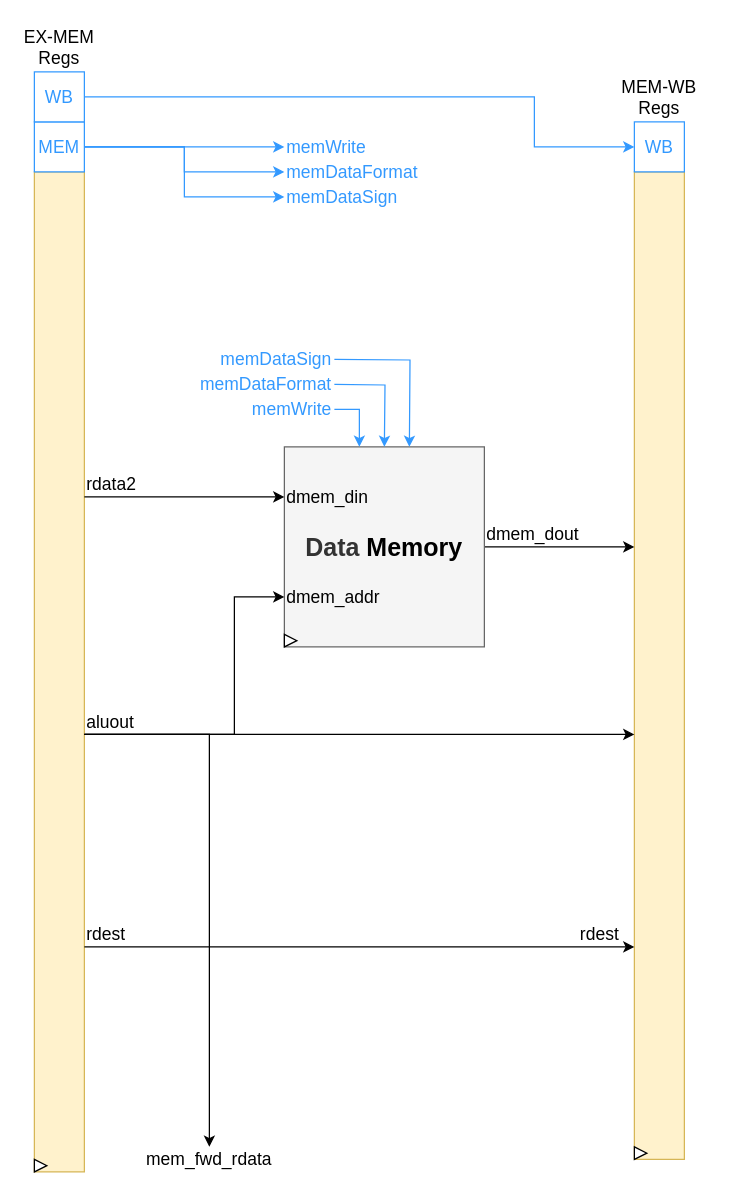
Earlier version of the draw.io diagram page "Memory Access" (8 of 16) of docs/dlx_architecture.drawio (lorenzobadas/DLX). Source tidied: cells renumbered, new cells numbered last; positions are measured from the earlier drawing's top-left corner, leaving out a move shared by most shapes. Both pictures are drawn from the tidied source at 125%, with x=0, y=0 at pixel (21, 21).
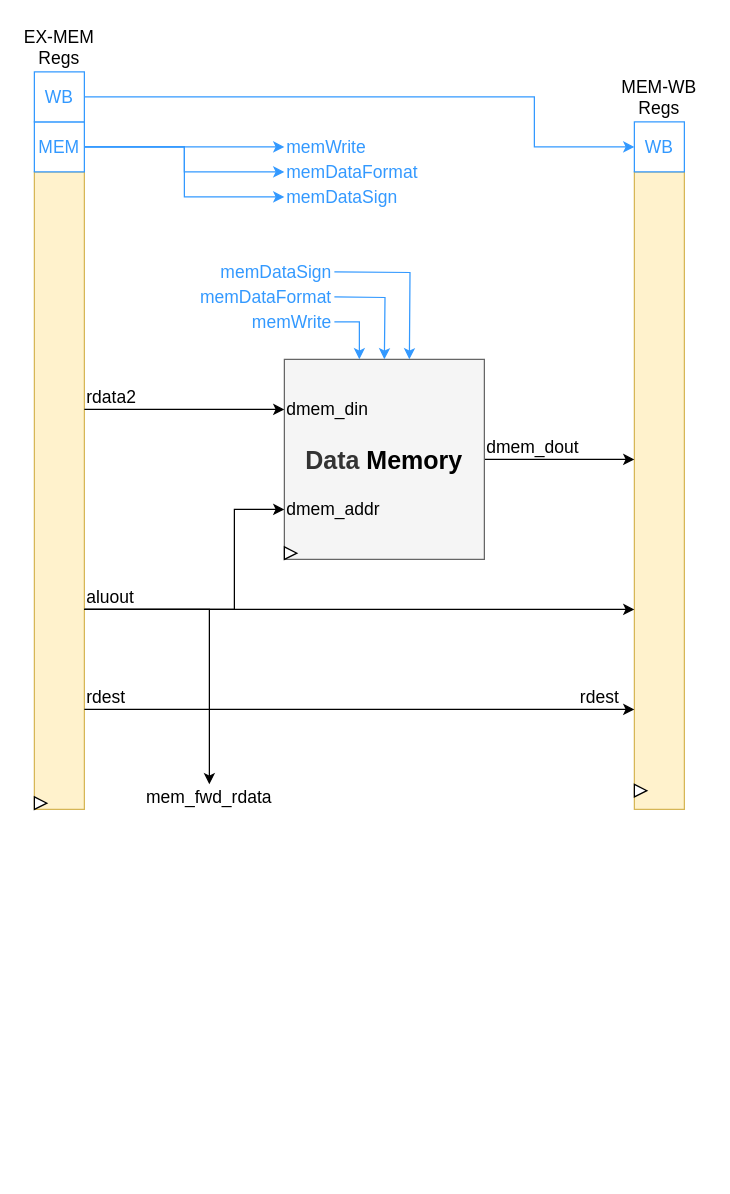
Above is the later version.

What changed in the source:
```diff
@@
     <mxCell id="2" style="rounded=0;whiteSpace=wrap;html=1;fontSize=14;fillColor=#fff2cc;strokeColor=#d6b656;" parent="1" vertex="1">
-      <mxGeometry x="10" y="120" width="40" height="800" as="geometry" />
+      <mxGeometry x="10" y="120" width="40" height="510" as="geometry" />
     </mxCell>
     <mxCell id="3" style="triangle;whiteSpace=wrap;html=1;fontSize=14;" parent="1" vertex="1">
-      <mxGeometry x="10" y="910" width="10" height="10" as="geometry" />
+      <mxGeometry x="10" y="620" width="10" height="10" as="geometry" />
     </mxCell>
@@
     <mxCell id="5" style="rounded=0;whiteSpace=wrap;html=1;fontSize=14;fillColor=#fff2cc;strokeColor=#d6b656;" parent="1" vertex="1">
-      <mxGeometry x="490" y="120" width="40" height="790" as="geometry" />
+      <mxGeometry x="490" y="120" width="40" height="510" as="geometry" />
     </mxCell>
     <mxCell id="6" style="triangle;whiteSpace=wrap;html=1;fontSize=14;" parent="1" vertex="1">
-      <mxGeometry x="490" y="900" width="10" height="10" as="geometry" />
+      <mxGeometry x="490" y="610" width="10" height="10" as="geometry" />
     </mxCell>
@@
     <mxCell id="14" style="edgeStyle=orthogonalEdgeStyle;rounded=0;jettySize=auto;html=1;exitX=1;exitY=0.5;exitDx=0;exitDy=0;fontSize=14;" parent="1" edge="1" source="15">
       <mxGeometry relative="1" as="geometry">
-        <mxPoint x="490" y="420" as="targetPoint" />
+        <mxPoint x="490" y="350" as="targetPoint" />
         <Array as="points">
-          <mxPoint x="490" y="420" />
+          <mxPoint x="490" y="350" />
         </Array>
       </mxGeometry>
     </mxCell>
     <mxCell id="15" value="&lt;b&gt;&lt;font style=&quot;font-size: 20px;&quot;&gt;Data&amp;nbsp;&lt;span style=&quot;background-color: transparent; color: light-dark(rgb(0, 0, 0), rgb(255, 255, 255));&quot;&gt;Memory&lt;/span&gt;&lt;/font&gt;&lt;/b&gt;" style="rounded=0;whiteSpace=wrap;html=1;fontSize=14;fillColor=#f5f5f5;fontColor=#333333;strokeColor=#666666;" parent="1" vertex="1">
-      <mxGeometry x="210" y="340" width="160" height="160" as="geometry" />
+      <mxGeometry x="210" y="270" width="160" height="160" as="geometry" />
     </mxCell>
     <mxCell id="16" style="triangle;whiteSpace=wrap;html=1;fontSize=14;" parent="1" vertex="1">
-      <mxGeometry x="210" y="490" width="10" height="10" as="geometry" />
+      <mxGeometry x="210" y="420" width="10" height="10" as="geometry" />
     </mxCell>
-    <mxCell id="17" style="edgeStyle=orthogonalEdgeStyle;rounded=0;orthogonalLoop=1;jettySize=auto;html=1;exitX=0;exitY=1;exitDx=0;exitDy=0;fontSize=14;" parent="1" edge="1">
+    <mxCell id="17" style="edgeStyle=orthogonalEdgeStyle;rounded=0;jettySize=auto;html=1;exitX=0;exitY=1;exitDx=0;exitDy=0;fontSize=14;" parent="1" edge="1" source="20">
       <mxGeometry relative="1" as="geometry">
-        <mxPoint x="50" y="570" as="sourcePoint" />
-        <mxPoint x="490" y="570" as="targetPoint" />
+        <mxPoint x="490" y="470" as="targetPoint" />
         <Array as="points">
-          <mxPoint x="180" y="570" />
-          <mxPoint x="180" y="570" />
+          <mxPoint x="400" y="470" />
+          <mxPoint x="400" y="470" />
         </Array>
       </mxGeometry>
     </mxCell>
-    <mxCell id="18" style="edgeStyle=orthogonalEdgeStyle;rounded=0;jettySize=auto;html=1;exitX=0;exitY=1;exitDx=0;exitDy=0;entryX=0;entryY=0.5;entryDx=0;entryDy=0;fontSize=14;" parent="1" edge="1" target="24">
+    <mxCell id="18" style="edgeStyle=orthogonalEdgeStyle;rounded=0;jettySize=auto;html=1;exitX=0;exitY=1;exitDx=0;exitDy=0;entryX=0;entryY=0.5;entryDx=0;entryDy=0;fontSize=14;" parent="1" edge="1" source="20" target="24">
       <mxGeometry relative="1" as="geometry">
-        <mxPoint x="50" y="570" as="sourcePoint" />
         <Array as="points">
-          <mxPoint x="170" y="570" />
-          <mxPoint x="170" y="460" />
+          <mxPoint x="170" y="470" />
+          <mxPoint x="170" y="390" />
         </Array>
       </mxGeometry>
     </mxCell>
     <mxCell id="19" style="edgeStyle=orthogonalEdgeStyle;rounded=0;jettySize=auto;html=1;exitX=0;exitY=1;exitDx=0;exitDy=0;entryX=0.5;entryY=0;entryDx=0;entryDy=0;fontSize=14;" parent="1" edge="1" source="20" target="36">
       <mxGeometry relative="1" as="geometry">
         <Array as="points">
-          <mxPoint x="150" y="570" />
+          <mxPoint x="150" y="470" />
         </Array>
       </mxGeometry>
     </mxCell>
     <mxCell id="20" value="aluout" style="text;html=1;align=left;verticalAlign=middle;whiteSpace=wrap;rounded=0;fontSize=14;" parent="1" vertex="1">
-      <mxGeometry x="50" y="550" width="70" height="20" as="geometry" />
+      <mxGeometry x="50" y="450" width="70" height="20" as="geometry" />
     </mxCell>
     <mxCell id="21" style="edgeStyle=orthogonalEdgeStyle;rounded=0;jettySize=auto;html=1;exitX=0;exitY=1;exitDx=0;exitDy=0;entryX=0;entryY=0.5;entryDx=0;entryDy=0;fontSize=14;" parent="1" edge="1" source="22" target="23">
       <mxGeometry relative="1" as="geometry">
         <Array as="points">
-          <mxPoint x="110" y="380" />
-          <mxPoint x="110" y="380" />
+          <mxPoint x="110" y="310" />
+          <mxPoint x="110" y="310" />
         </Array>
       </mxGeometry>
     </mxCell>
     <mxCell id="22" value="rdata2" style="text;html=1;align=left;verticalAlign=middle;whiteSpace=wrap;rounded=0;fontSize=14;" parent="1" vertex="1">
-      <mxGeometry x="50" y="360" width="70" height="20" as="geometry" />
+      <mxGeometry x="50" y="290" width="70" height="20" as="geometry" />
     </mxCell>
     <mxCell id="23" value="dmem_din" style="text;html=1;align=left;verticalAlign=middle;whiteSpace=wrap;rounded=0;fontSize=14;" parent="1" vertex="1">
-      <mxGeometry x="210" y="370" width="70" height="20" as="geometry" />
+      <mxGeometry x="210" y="300" width="70" height="20" as="geometry" />
     </mxCell>
     <mxCell id="24" value="dmem_addr" style="text;html=1;align=left;verticalAlign=middle;whiteSpace=wrap;rounded=0;fontSize=14;" parent="1" vertex="1">
-      <mxGeometry x="210" y="450" width="70" height="20" as="geometry" />
+      <mxGeometry x="210" y="380" width="70" height="20" as="geometry" />
     </mxCell>
@@
     <mxCell id="28" value="dmem_dout" style="text;html=1;align=left;verticalAlign=middle;whiteSpace=wrap;rounded=0;fontSize=14;" parent="1" vertex="1">
-      <mxGeometry x="370" y="400" width="70" height="20" as="geometry" />
+      <mxGeometry x="370" y="330" width="70" height="20" as="geometry" />
     </mxCell>
@@
     <mxCell id="30" value="&lt;font style=&quot;color: rgb(51, 153, 255);&quot;&gt;memDataFormat&lt;/font&gt;" style="text;html=1;align=right;verticalAlign=middle;whiteSpace=wrap;rounded=0;fontSize=14;strokeColor=none;rotation=0;" parent="1" vertex="1">
-      <mxGeometry x="130" y="280" width="120" height="20" as="geometry" />
+      <mxGeometry x="130" y="210" width="120" height="20" as="geometry" />
     </mxCell>
     <mxCell id="31" value="&lt;font style=&quot;color: rgb(51, 153, 255);&quot;&gt;memWrite&lt;/font&gt;" style="text;html=1;align=right;verticalAlign=middle;whiteSpace=wrap;rounded=0;fontSize=14;strokeColor=none;rotation=0;" parent="1" vertex="1">
-      <mxGeometry x="130" y="300" width="120" height="20" as="geometry" />
+      <mxGeometry x="130" y="230" width="120" height="20" as="geometry" />
     </mxCell>
     <mxCell id="32" value="&lt;font style=&quot;color: rgb(51, 153, 255);&quot;&gt;memDataSign&lt;/font&gt;" style="text;html=1;align=right;verticalAlign=middle;whiteSpace=wrap;rounded=0;fontSize=14;strokeColor=none;rotation=0;" parent="1" vertex="1">
-      <mxGeometry x="130" y="260" width="120" height="20" as="geometry" />
+      <mxGeometry x="130" y="190" width="120" height="20" as="geometry" />
     </mxCell>
     <mxCell id="33" style="edgeStyle=orthogonalEdgeStyle;rounded=0;jettySize=auto;html=1;exitX=0;exitY=1;exitDx=0;exitDy=0;fontSize=14;" parent="1" edge="1" source="34">
       <mxGeometry relative="1" as="geometry">
-        <mxPoint x="490" y="740" as="targetPoint" />
+        <mxPoint x="490" y="550" as="targetPoint" />
         <Array as="points">
-          <mxPoint x="480" y="740" />
+          <mxPoint x="480" y="550" />
         </Array>
       </mxGeometry>
     </mxCell>
     <mxCell id="34" value="rdest" style="text;html=1;align=left;verticalAlign=middle;whiteSpace=wrap;rounded=0;fontSize=14;" parent="1" vertex="1">
-      <mxGeometry x="50" y="720" width="90" height="20" as="geometry" />
+      <mxGeometry x="50" y="530" width="90" height="20" as="geometry" />
     </mxCell>
     <mxCell id="35" value="rdest" style="text;html=1;align=right;verticalAlign=middle;whiteSpace=wrap;rounded=0;fontSize=14;" parent="1" vertex="1">
-      <mxGeometry x="390" y="720" width="90" height="20" as="geometry" />
+      <mxGeometry x="390" y="530" width="90" height="20" as="geometry" />
     </mxCell>
     <mxCell id="36" value="mem_fwd_rdata" style="text;html=1;align=center;verticalAlign=middle;whiteSpace=wrap;rounded=0;fontSize=14;" parent="1" vertex="1">
-      <mxGeometry x="100" y="900" width="100" height="20" as="geometry" />
+      <mxGeometry x="100" y="610" width="100" height="20" as="geometry" />
     </mxCell>
     <mxCell id="37" style="edgeStyle=orthogonalEdgeStyle;rounded=0;orthogonalLoop=1;jettySize=auto;html=1;exitX=1;exitY=0.5;exitDx=0;exitDy=0;strokeColor=#3399FF;fontSize=14;" parent="1" edge="1">
       <mxGeometry relative="1" as="geometry">
-        <mxPoint x="250" y="310" as="sourcePoint" />
-        <mxPoint x="270" y="340" as="targetPoint" />
+        <mxPoint x="250" y="240" as="sourcePoint" />
+        <mxPoint x="270" y="270" as="targetPoint" />
       </mxGeometry>
     </mxCell>
     <mxCell id="38" style="edgeStyle=orthogonalEdgeStyle;rounded=0;orthogonalLoop=1;jettySize=auto;html=1;exitX=1;exitY=0.5;exitDx=0;exitDy=0;strokeColor=#3399FF;fontSize=14;" parent="1" edge="1">
       <mxGeometry relative="1" as="geometry">
-        <mxPoint x="250" y="290" as="sourcePoint" />
-        <mxPoint x="290" y="340" as="targetPoint" />
+        <mxPoint x="250" y="220" as="sourcePoint" />
+        <mxPoint x="290" y="270" as="targetPoint" />
       </mxGeometry>
     </mxCell>
     <mxCell id="39" style="edgeStyle=orthogonalEdgeStyle;rounded=0;orthogonalLoop=1;jettySize=auto;html=1;exitX=1;exitY=0.5;exitDx=0;exitDy=0;strokeColor=#3399FF;fontSize=14;" parent="1" edge="1">
       <mxGeometry relative="1" as="geometry">
-        <mxPoint x="250" y="270" as="sourcePoint" />
-        <mxPoint x="310" y="340" as="targetPoint" />
+        <mxPoint x="250" y="200" as="sourcePoint" />
+        <mxPoint x="310" y="270" as="targetPoint" />
       </mxGeometry>
     </mxCell>
```
